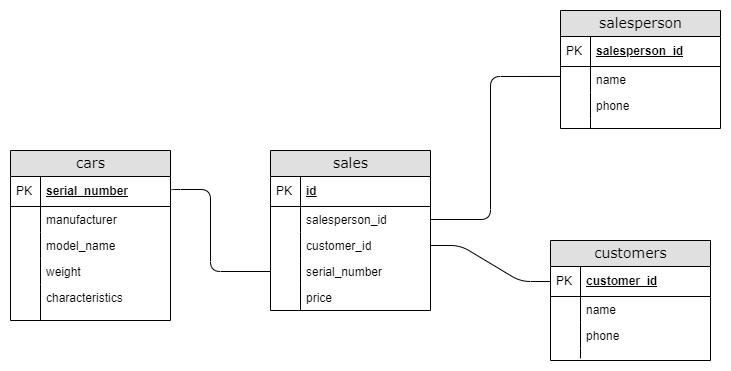
rayharris96/de_challenges keeps this draw.io diagram as section_2/ERD.png. Above is the earlier version. Source tidied: cells renumbered, new cells last; positions are measured from the earlier drawing's top-left corner, leaving out a move shared by most shapes. Source of this version:
```xml
<mxGraphModel>
  <root>
    <mxCell id="0" />
    <mxCell id="1" parent="0" />
    <mxCell id="2" value="salesperson" style="swimlane;html=1;fontStyle=0;horizontal=1;startSize=26;fillColor=#e0e0e0;swimlaneFillColor=#ffffff;align=center;rounded=0;shadow=0;comic=0;labelBackgroundColor=none;strokeWidth=1;fontFamily=Verdana;fontSize=14;swimlaneLine=1;" parent="1" vertex="1">
      <mxGeometry x="550" width="160" height="118" as="geometry" />
    </mxCell>
    <mxCell id="3" value="salesperson_id" style="shape=partialRectangle;top=0;left=0;right=0;bottom=1;html=1;align=left;verticalAlign=middle;fillColor=none;spacingLeft=34;spacingRight=4;whiteSpace=wrap;overflow=hidden;fontStyle=5;" parent="2" vertex="1">
      <mxGeometry y="26" width="160" height="30" as="geometry" />
    </mxCell>
    <mxCell id="4" value="PK" style="shape=partialRectangle;top=0;left=0;bottom=0;html=1;fillColor=none;align=left;verticalAlign=middle;spacingLeft=4;spacingRight=4;whiteSpace=wrap;overflow=hidden;" parent="3" vertex="1">
      <mxGeometry width="30" height="30" as="geometry" />
    </mxCell>
    <mxCell id="5" value="name" style="shape=partialRectangle;top=0;left=0;right=0;bottom=0;html=1;align=left;verticalAlign=top;fillColor=none;spacingLeft=34;spacingRight=4;whiteSpace=wrap;overflow=hidden;points=[[0,0.5],[1,0.5]];portConstraint=eastwest;" parent="2" vertex="1">
      <mxGeometry y="56" width="160" height="26" as="geometry" />
    </mxCell>
    <mxCell id="6" style="shape=partialRectangle;top=0;left=0;bottom=0;html=1;fillColor=none;align=left;verticalAlign=top;spacingLeft=4;spacingRight=4;whiteSpace=wrap;overflow=hidden;" parent="5" vertex="1">
      <mxGeometry width="30" height="26" as="geometry" />
    </mxCell>
    <mxCell id="7" value="phone" style="shape=partialRectangle;top=0;left=0;right=0;bottom=0;html=1;align=left;verticalAlign=top;fillColor=none;spacingLeft=34;spacingRight=4;whiteSpace=wrap;overflow=hidden;" parent="2" vertex="1">
      <mxGeometry y="82" width="160" height="26" as="geometry" />
    </mxCell>
    <mxCell id="8" style="shape=partialRectangle;top=0;left=0;bottom=0;html=1;fillColor=none;align=left;verticalAlign=top;spacingLeft=4;spacingRight=4;whiteSpace=wrap;overflow=hidden;" parent="7" vertex="1">
      <mxGeometry width="30" height="26" as="geometry" />
    </mxCell>
    <mxCell id="9" style="shape=partialRectangle;top=0;left=0;right=0;bottom=0;html=1;align=left;verticalAlign=top;fillColor=none;spacingLeft=34;spacingRight=4;whiteSpace=wrap;overflow=hidden;" parent="2" vertex="1">
      <mxGeometry y="108" width="160" height="10" as="geometry" />
    </mxCell>
    <mxCell id="10" style="shape=partialRectangle;top=0;left=0;bottom=0;html=1;fillColor=none;align=left;verticalAlign=top;spacingLeft=4;spacingRight=4;whiteSpace=wrap;overflow=hidden;" parent="9" vertex="1">
      <mxGeometry width="30" height="10" as="geometry" />
    </mxCell>
    <mxCell id="11" value="sales" style="swimlane;html=1;fontStyle=0;horizontal=1;startSize=26;fillColor=#e0e0e0;swimlaneFillColor=#ffffff;align=center;rounded=0;shadow=0;comic=0;labelBackgroundColor=none;strokeWidth=1;fontFamily=Verdana;fontSize=14;" parent="1" vertex="1">
      <mxGeometry x="260" y="140" width="160" height="160" as="geometry" />
    </mxCell>
    <mxCell id="12" value="id" style="shape=partialRectangle;top=0;left=0;right=0;bottom=1;html=1;align=left;verticalAlign=middle;fillColor=none;spacingLeft=34;spacingRight=4;whiteSpace=wrap;overflow=hidden;fontStyle=5;" parent="11" vertex="1">
      <mxGeometry y="26" width="160" height="30" as="geometry" />
    </mxCell>
    <mxCell id="13" value="PK" style="shape=partialRectangle;top=0;left=0;bottom=0;html=1;fillColor=none;align=left;verticalAlign=middle;spacingLeft=4;spacingRight=4;whiteSpace=wrap;overflow=hidden;" parent="12" vertex="1">
      <mxGeometry width="30" height="30" as="geometry" />
    </mxCell>
    <mxCell id="14" value="salesperson_id" style="shape=partialRectangle;top=0;left=0;right=0;bottom=0;html=1;align=left;verticalAlign=top;fillColor=none;spacingLeft=34;spacingRight=4;whiteSpace=wrap;overflow=hidden;points=[[0,0.5],[1,0.5]];portConstraint=eastwest;" parent="11" vertex="1">
      <mxGeometry y="56" width="160" height="26" as="geometry" />
    </mxCell>
    <mxCell id="15" style="shape=partialRectangle;top=0;left=0;bottom=0;html=1;fillColor=none;align=left;verticalAlign=top;spacingLeft=4;spacingRight=4;whiteSpace=wrap;overflow=hidden;" parent="14" vertex="1">
      <mxGeometry width="30" height="26" as="geometry" />
    </mxCell>
    <mxCell id="16" value="customer_id" style="shape=partialRectangle;top=0;left=0;right=0;bottom=0;html=1;align=left;verticalAlign=top;fillColor=none;spacingLeft=34;spacingRight=4;whiteSpace=wrap;overflow=hidden;points=[[0,0.5],[1,0.5]];portConstraint=eastwest;" parent="11" vertex="1">
      <mxGeometry y="82" width="160" height="26" as="geometry" />
    </mxCell>
    <mxCell id="17" style="shape=partialRectangle;top=0;left=0;bottom=0;html=1;fillColor=none;align=left;verticalAlign=top;spacingLeft=4;spacingRight=4;whiteSpace=wrap;overflow=hidden;" parent="16" vertex="1">
      <mxGeometry width="30" height="26" as="geometry" />
    </mxCell>
    <mxCell id="18" value="serial_number" style="shape=partialRectangle;top=0;left=0;right=0;bottom=0;html=1;align=left;verticalAlign=top;fillColor=none;spacingLeft=34;spacingRight=4;whiteSpace=wrap;overflow=hidden;points=[[0,0.5],[1,0.5]];portConstraint=eastwest;" parent="11" vertex="1">
      <mxGeometry y="108" width="160" height="26" as="geometry" />
    </mxCell>
    <mxCell id="19" style="shape=partialRectangle;top=0;left=0;bottom=0;html=1;fillColor=none;align=left;verticalAlign=top;spacingLeft=4;spacingRight=4;whiteSpace=wrap;overflow=hidden;" parent="18" vertex="1">
      <mxGeometry width="30" height="26" as="geometry" />
    </mxCell>
    <mxCell id="20" style="shape=partialRectangle;top=0;left=0;right=0;bottom=0;html=1;align=left;verticalAlign=top;fillColor=none;spacingLeft=34;spacingRight=4;whiteSpace=wrap;overflow=hidden;" parent="11" vertex="1">
      <mxGeometry y="134" width="160" height="26" as="geometry" />
    </mxCell>
    <mxCell id="21" style="shape=partialRectangle;top=0;left=0;bottom=0;html=1;fillColor=none;align=left;verticalAlign=top;spacingLeft=4;spacingRight=4;whiteSpace=wrap;overflow=hidden;" parent="20" vertex="1">
      <mxGeometry width="30" height="26" as="geometry" />
    </mxCell>
    <mxCell id="22" value="customers" style="swimlane;html=1;fontStyle=0;horizontal=1;startSize=26;fillColor=#e0e0e0;swimlaneFillColor=#ffffff;align=center;rounded=0;shadow=0;comic=0;labelBackgroundColor=none;strokeWidth=1;fontFamily=Verdana;fontSize=14;" parent="1" vertex="1">
      <mxGeometry x="540" y="230" width="160" height="120" as="geometry" />
    </mxCell>
    <mxCell id="23" value="customer_id" style="shape=partialRectangle;top=0;left=0;right=0;bottom=1;html=1;align=left;verticalAlign=middle;fillColor=none;spacingLeft=34;spacingRight=4;whiteSpace=wrap;overflow=hidden;points=[[0,0.5],[1,0.5]];portConstraint=eastwest;fontStyle=5;" parent="22" vertex="1">
      <mxGeometry y="26" width="160" height="30" as="geometry" />
    </mxCell>
    <mxCell id="24" value="PK" style="shape=partialRectangle;top=0;left=0;bottom=0;html=1;fillColor=none;align=left;verticalAlign=middle;spacingLeft=4;spacingRight=4;whiteSpace=wrap;overflow=hidden;" parent="23" vertex="1">
      <mxGeometry width="30" height="30" as="geometry" />
    </mxCell>
    <mxCell id="25" value="name" style="shape=partialRectangle;top=0;left=0;right=0;bottom=0;html=1;align=left;verticalAlign=top;fillColor=none;spacingLeft=34;spacingRight=4;whiteSpace=wrap;overflow=hidden;" parent="22" vertex="1">
      <mxGeometry y="56" width="160" height="26" as="geometry" />
    </mxCell>
    <mxCell id="26" style="shape=partialRectangle;top=0;left=0;bottom=0;html=1;fillColor=none;align=left;verticalAlign=top;spacingLeft=4;spacingRight=4;whiteSpace=wrap;overflow=hidden;" parent="25" vertex="1">
      <mxGeometry width="30" height="26" as="geometry" />
    </mxCell>
    <mxCell id="27" value="phone" style="shape=partialRectangle;top=0;left=0;right=0;bottom=0;html=1;align=left;verticalAlign=top;fillColor=none;spacingLeft=34;spacingRight=4;whiteSpace=wrap;overflow=hidden;" parent="22" vertex="1">
      <mxGeometry y="82" width="160" height="26" as="geometry" />
    </mxCell>
    <mxCell id="28" style="shape=partialRectangle;top=0;left=0;bottom=0;html=1;fillColor=none;align=left;verticalAlign=top;spacingLeft=4;spacingRight=4;whiteSpace=wrap;overflow=hidden;" parent="27" vertex="1">
      <mxGeometry width="30" height="26" as="geometry" />
    </mxCell>
    <mxCell id="29" style="shape=partialRectangle;top=0;left=0;right=0;bottom=0;html=1;align=left;verticalAlign=top;fillColor=none;spacingLeft=34;spacingRight=4;whiteSpace=wrap;overflow=hidden;" parent="22" vertex="1">
      <mxGeometry y="108" width="160" height="10" as="geometry" />
    </mxCell>
    <mxCell id="30" style="shape=partialRectangle;top=0;left=0;bottom=0;html=1;fillColor=none;align=left;verticalAlign=top;spacingLeft=4;spacingRight=4;whiteSpace=wrap;overflow=hidden;" parent="29" vertex="1">
      <mxGeometry width="30" height="10" as="geometry" />
    </mxCell>
    <mxCell id="31" style="edgeStyle=orthogonalEdgeStyle;html=1;endArrow=none;startArrow=none;labelBackgroundColor=none;fontFamily=Verdana;fontSize=14;entryX=1;entryY=0.5;exitX=0;exitY=0.383;exitPerimeter=0;entryDx=0;entryDy=0;endFill=0;startFill=0;" parent="1" edge="1" source="5" target="14">
      <mxGeometry relative="1" as="geometry">
        <Array as="points">
          <mxPoint x="480" y="66" />
          <mxPoint x="480" y="209" />
        </Array>
      </mxGeometry>
    </mxCell>
    <mxCell id="32" style="edgeStyle=entityRelationEdgeStyle;html=1;endArrow=none;startArrow=none;labelBackgroundColor=none;fontFamily=Verdana;fontSize=14;entryX=0;entryY=0.5;exitX=1;exitY=0.5;exitDx=0;exitDy=0;entryDx=0;entryDy=0;startFill=0;endFill=0;" parent="1" edge="1" source="16" target="23">
      <mxGeometry relative="1" as="geometry" />
    </mxCell>
    <mxCell id="33" value="cars" style="swimlane;html=1;fontStyle=0;horizontal=1;startSize=26;fillColor=#e0e0e0;swimlaneFillColor=#ffffff;align=center;rounded=0;shadow=0;comic=0;labelBackgroundColor=none;strokeWidth=1;fontFamily=Verdana;fontSize=14;" parent="1" vertex="1">
      <mxGeometry y="140" width="160" height="170" as="geometry" />
    </mxCell>
    <mxCell id="34" value="serial_number" style="shape=partialRectangle;top=0;left=0;right=0;bottom=1;html=1;align=left;verticalAlign=middle;fillColor=none;spacingLeft=34;spacingRight=4;whiteSpace=wrap;overflow=hidden;points=[[0,0.5],[1,0.5]];portConstraint=eastwest;fontStyle=5;" parent="33" vertex="1">
      <mxGeometry y="26" width="160" height="30" as="geometry" />
    </mxCell>
    <mxCell id="35" value="PK" style="shape=partialRectangle;top=0;left=0;bottom=0;html=1;fillColor=none;align=left;verticalAlign=middle;spacingLeft=4;spacingRight=4;whiteSpace=wrap;overflow=hidden;" parent="34" vertex="1">
      <mxGeometry width="30" height="30" as="geometry" />
    </mxCell>
    <mxCell id="36" value="manufacturer" style="shape=partialRectangle;top=0;left=0;right=0;bottom=0;html=1;align=left;verticalAlign=top;fillColor=none;spacingLeft=34;spacingRight=4;whiteSpace=wrap;overflow=hidden;" parent="33" vertex="1">
      <mxGeometry y="56" width="160" height="26" as="geometry" />
    </mxCell>
    <mxCell id="37" style="shape=partialRectangle;top=0;left=0;bottom=0;html=1;fillColor=none;align=left;verticalAlign=top;spacingLeft=4;spacingRight=4;whiteSpace=wrap;overflow=hidden;" parent="36" vertex="1">
      <mxGeometry width="30" height="26" as="geometry" />
    </mxCell>
    <mxCell id="38" value="model_name" style="shape=partialRectangle;top=0;left=0;right=0;bottom=0;html=1;align=left;verticalAlign=top;fillColor=none;spacingLeft=34;spacingRight=4;whiteSpace=wrap;overflow=hidden;" parent="33" vertex="1">
      <mxGeometry y="82" width="160" height="26" as="geometry" />
    </mxCell>
    <mxCell id="39" style="shape=partialRectangle;top=0;left=0;bottom=0;html=1;fillColor=none;align=left;verticalAlign=top;spacingLeft=4;spacingRight=4;whiteSpace=wrap;overflow=hidden;" parent="38" vertex="1">
      <mxGeometry width="30" height="26" as="geometry" />
    </mxCell>
    <mxCell id="40" value="weight" style="shape=partialRectangle;top=0;left=0;right=0;bottom=0;html=1;align=left;verticalAlign=top;fillColor=none;spacingLeft=34;spacingRight=4;whiteSpace=wrap;overflow=hidden;" parent="33" vertex="1">
      <mxGeometry y="108" width="160" height="26" as="geometry" />
    </mxCell>
    <mxCell id="41" style="shape=partialRectangle;top=0;left=0;bottom=0;html=1;fillColor=none;align=left;verticalAlign=top;spacingLeft=4;spacingRight=4;whiteSpace=wrap;overflow=hidden;" parent="40" vertex="1">
      <mxGeometry width="30" height="26" as="geometry" />
    </mxCell>
    <mxCell id="42" value="characteristics" style="shape=partialRectangle;top=0;left=0;right=0;bottom=0;html=1;align=left;verticalAlign=top;fillColor=none;spacingLeft=34;spacingRight=4;whiteSpace=wrap;overflow=hidden;" parent="33" vertex="1">
      <mxGeometry y="134" width="160" height="36" as="geometry" />
    </mxCell>
    <mxCell id="43" style="shape=partialRectangle;top=0;left=0;bottom=0;html=1;fillColor=none;align=left;verticalAlign=top;spacingLeft=4;spacingRight=4;whiteSpace=wrap;overflow=hidden;" parent="42" vertex="1">
      <mxGeometry width="30" height="36" as="geometry" />
    </mxCell>
    <mxCell id="44" style="edgeStyle=orthogonalEdgeStyle;html=1;endArrow=none;endFill=0;labelBackgroundColor=none;fontFamily=Verdana;fontSize=14;exitX=1;exitY=0.5;entryX=0;entryY=0.5;entryDx=0;entryDy=0;" parent="1" edge="1" source="34" target="18">
      <mxGeometry relative="1" as="geometry">
        <Array as="points">
          <mxPoint x="200" y="179" />
          <mxPoint x="200" y="261" />
        </Array>
      </mxGeometry>
    </mxCell>
    <mxCell id="45" value="price" style="shape=partialRectangle;top=0;left=0;right=0;bottom=0;html=1;align=left;verticalAlign=top;fillColor=none;spacingLeft=34;spacingRight=4;whiteSpace=wrap;overflow=hidden;" parent="1" vertex="1">
      <mxGeometry x="260" y="274" width="160" height="26" as="geometry" />
    </mxCell>
    <mxCell id="46" style="shape=partialRectangle;top=0;left=0;bottom=0;html=1;fillColor=none;align=left;verticalAlign=top;spacingLeft=4;spacingRight=4;whiteSpace=wrap;overflow=hidden;" parent="45" vertex="1">
      <mxGeometry width="30" height="26" as="geometry" />
    </mxCell>
  </root>
</mxGraphModel>
```
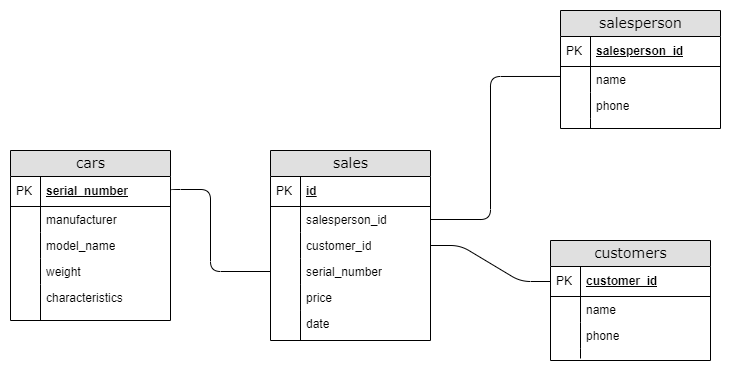
Above is the later version.

Commit message:
Updated ERD, init file to include date in sales

Change to the diagram source:
```diff
@@ -30,7 +30,7 @@
       <mxGeometry width="30" height="10" as="geometry" />
     </mxCell>
     <mxCell id="11" value="sales" style="swimlane;html=1;fontStyle=0;horizontal=1;startSize=26;fillColor=#e0e0e0;swimlaneFillColor=#ffffff;align=center;rounded=0;shadow=0;comic=0;labelBackgroundColor=none;strokeWidth=1;fontFamily=Verdana;fontSize=14;" parent="1" vertex="1">
-      <mxGeometry x="260" y="140" width="160" height="160" as="geometry" />
+      <mxGeometry x="260" y="140" width="160" height="190" as="geometry" />
     </mxCell>
     <mxCell id="12" value="id" style="shape=partialRectangle;top=0;left=0;right=0;bottom=1;html=1;align=left;verticalAlign=middle;fillColor=none;spacingLeft=34;spacingRight=4;whiteSpace=wrap;overflow=hidden;fontStyle=5;" parent="11" vertex="1">
       <mxGeometry y="26" width="160" height="30" as="geometry" />
@@ -62,6 +62,12 @@
     <mxCell id="21" style="shape=partialRectangle;top=0;left=0;bottom=0;html=1;fillColor=none;align=left;verticalAlign=top;spacingLeft=4;spacingRight=4;whiteSpace=wrap;overflow=hidden;" parent="20" vertex="1">
       <mxGeometry width="30" height="26" as="geometry" />
     </mxCell>
+    <mxCell id="47" value="date" style="shape=partialRectangle;top=0;left=0;right=0;bottom=0;html=1;align=left;verticalAlign=top;fillColor=none;spacingLeft=34;spacingRight=4;whiteSpace=wrap;overflow=hidden;" parent="11" vertex="1">
+      <mxGeometry y="160" width="160" height="30" as="geometry" />
+    </mxCell>
+    <mxCell id="48" style="shape=partialRectangle;top=0;left=0;bottom=0;html=1;fillColor=none;align=left;verticalAlign=top;spacingLeft=4;spacingRight=4;whiteSpace=wrap;overflow=hidden;" parent="47" vertex="1">
+      <mxGeometry width="30" height="30" as="geometry" />
+    </mxCell>
     <mxCell id="22" value="customers" style="swimlane;html=1;fontStyle=0;horizontal=1;startSize=26;fillColor=#e0e0e0;swimlaneFillColor=#ffffff;align=center;rounded=0;shadow=0;comic=0;labelBackgroundColor=none;strokeWidth=1;fontFamily=Verdana;fontSize=14;" parent="1" vertex="1">
       <mxGeometry x="540" y="230" width="160" height="120" as="geometry" />
     </mxCell>
```
